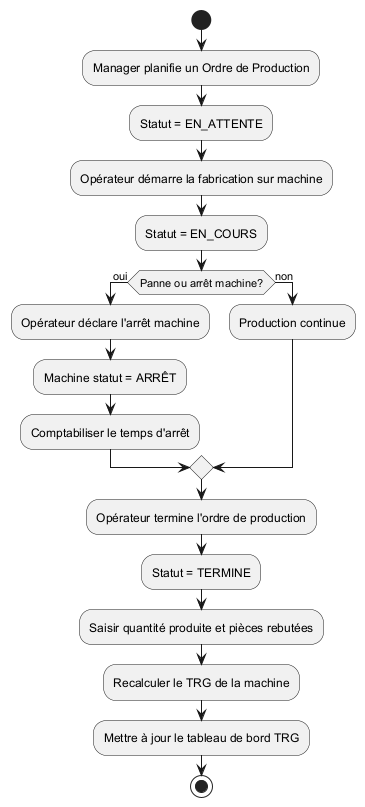
ayoubmek/PFE_data_science keeps this PlantUML diagram as Rapport/diagrams/sprint2_activity.png. Above is the earlier version.
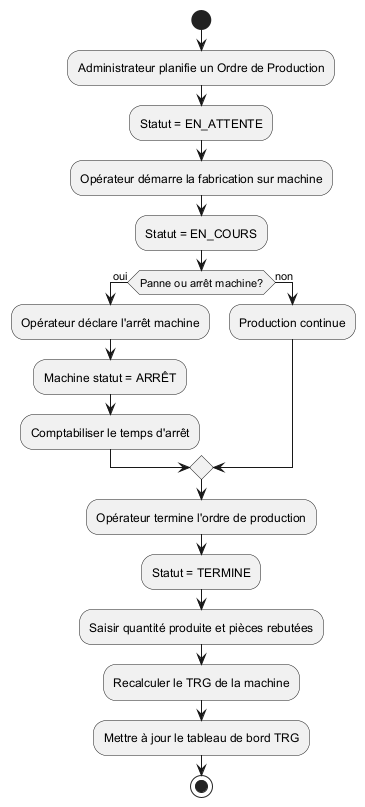
After the commit.

Diff of the diagram source:
```diff
@@ -1,6 +1,6 @@
 @startuml sprint2_activity
 start
-:Manager planifie un Ordre de Production;
+:Administrateur planifie un Ordre de Production;
 :Statut = EN_ATTENTE;
 :Opérateur démarre la fabrication sur machine;
 :Statut = EN_COURS;
```
